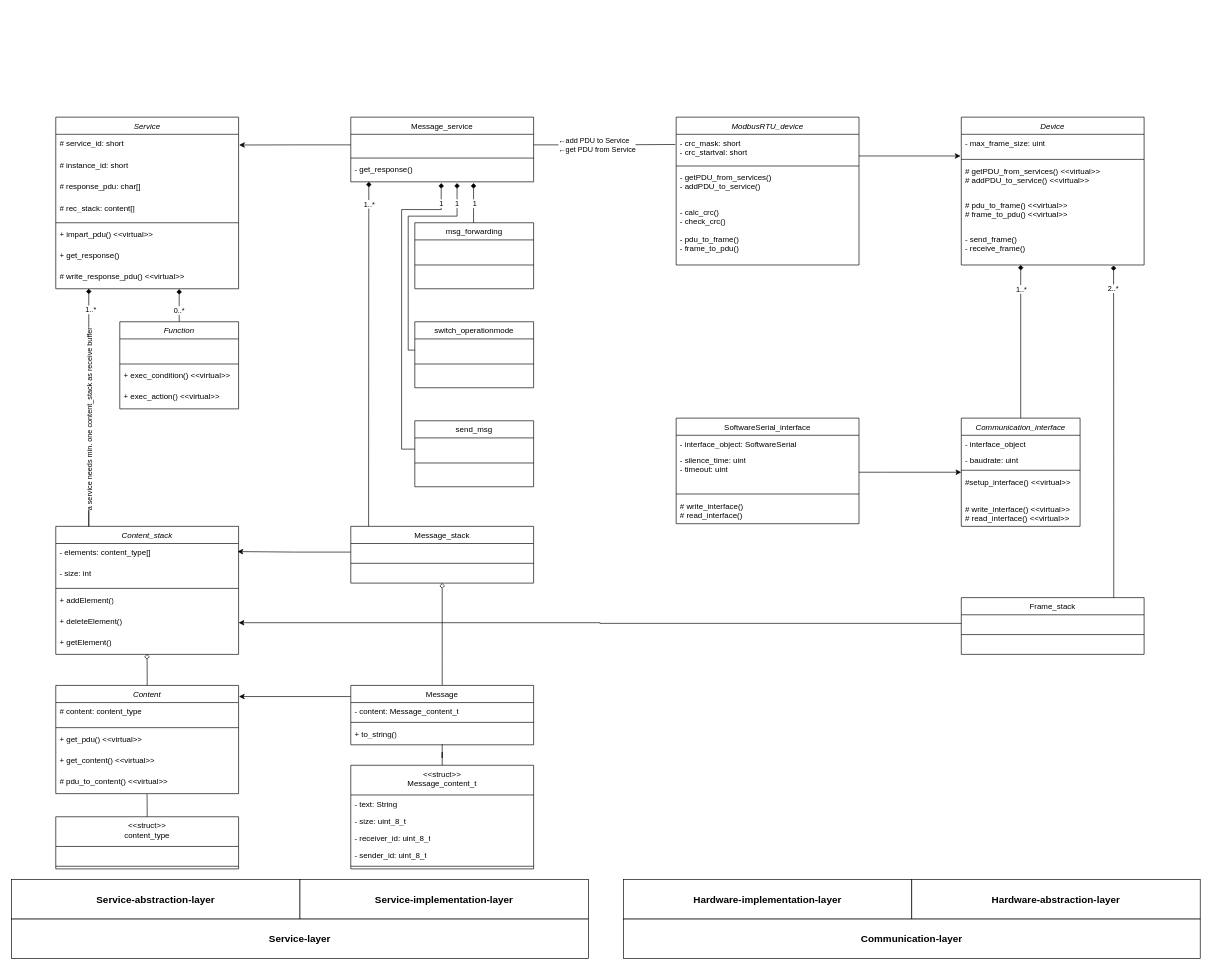
F-L-X-S/BusBricks keeps this draw.io diagram as modbus_classdiagram.drawio. Above is the earlier version. Source tidied: cells renumbered, new cells numbered last; positions are measured from the earlier drawing's top-left corner, leaving out a move shared by most shapes. Both pictures are drawn from the tidied source at 66%, with x=0, y=0 at pixel (11, 117).
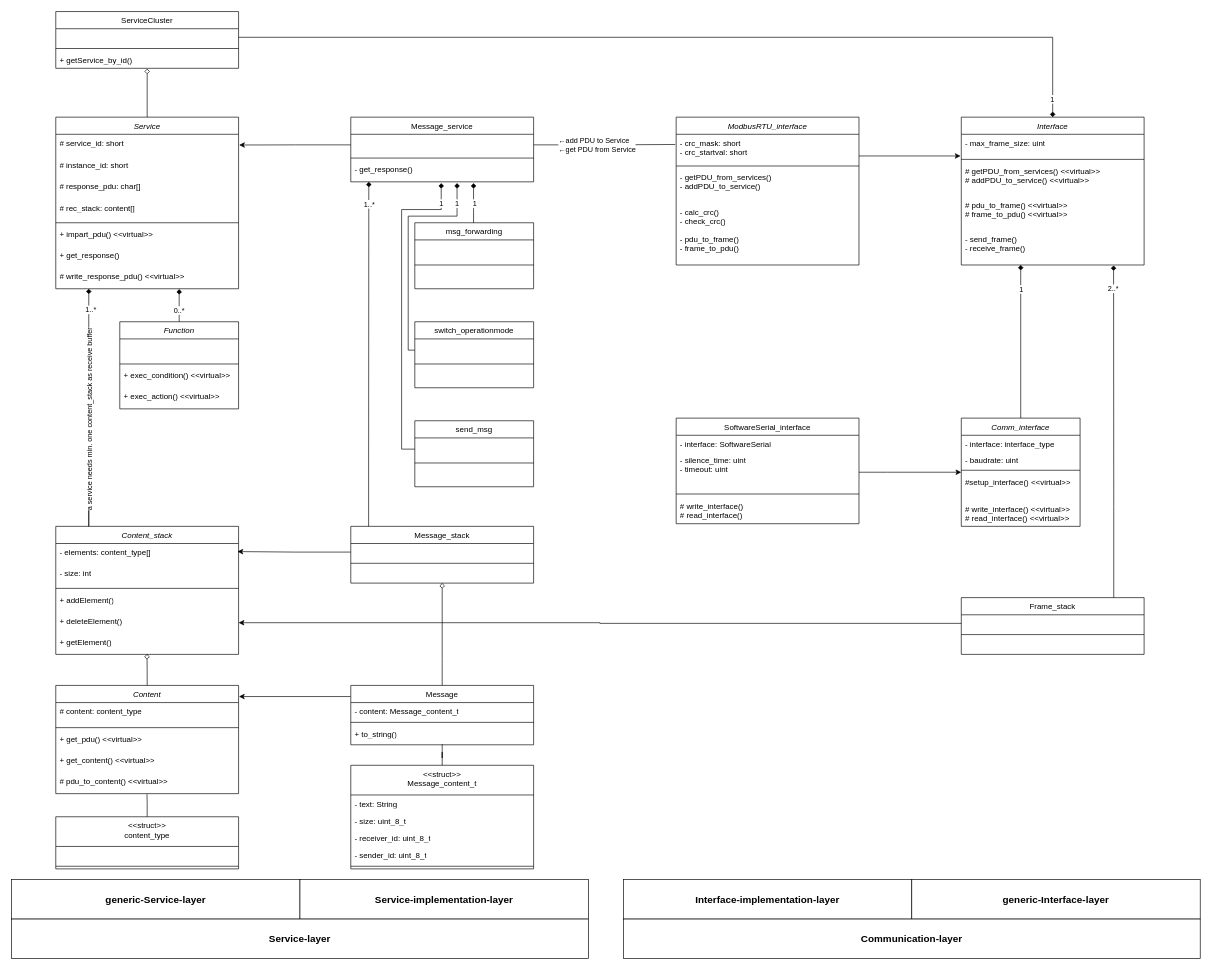
Above is the later version.

Commit message (it also covers changes not shown here):
service cluster

Unchanged cells that the change refers to:
```xml
<mxCell id="8" value="&lt;span style=&quot;font-weight: 400;&quot;&gt;SoftwareSerial_interface&lt;/span&gt;" style="swimlane;fontStyle=1;align=center;verticalAlign=top;horizontal=1;startSize=26;whiteSpace=wrap;html=1;" parent="1" vertex="1">
  <mxGeometry x="1007" y="456" width="277" height="160" as="geometry" />
</mxCell>
<mxCell id="13" value="&lt;i style=&quot;font-weight: normal;&quot;&gt;Service&lt;/i&gt;" style="swimlane;fontStyle=1;align=center;verticalAlign=top;horizontal=1;startSize=26;whiteSpace=wrap;html=1;" parent="1" vertex="1">
  <mxGeometry x="67" width="277" height="260" as="geometry" />
</mxCell>
<mxCell id="113" style="edgeStyle=orthogonalEdgeStyle;rounded=0;jettySize=auto;html=1;entryX=0.325;entryY=0.998;entryDx=0;entryDy=0;entryPerimeter=0;endArrow=diamond;endFill=1;" parent="1" edge="1" source="105" target="7">
  <mxGeometry relative="1" as="geometry" />
</mxCell>
```

Change to the diagram source:
```diff
@@
-    <mxCell id="2" value="&lt;span style=&quot;font-weight: normal;&quot;&gt;&lt;i&gt;Device&lt;/i&gt;&lt;/span&gt;" style="swimlane;fontStyle=1;align=center;verticalAlign=top;horizontal=1;startSize=26;whiteSpace=wrap;html=1;" parent="1" vertex="1">
+    <mxCell id="2" value="&lt;span style=&quot;font-weight: normal;&quot;&gt;&lt;i&gt;Interface&lt;/i&gt;&lt;/span&gt;" style="swimlane;fontStyle=1;align=center;verticalAlign=top;horizontal=1;startSize=26;whiteSpace=wrap;html=1;" parent="1" vertex="1">
       <mxGeometry x="1439" width="277" height="224" as="geometry" />
     </mxCell>
@@
-    <mxCell id="9" value="&lt;div&gt;&lt;span style=&quot;background-color: initial;&quot;&gt;- interface_object: SoftwareSerial&lt;/span&gt;&lt;br&gt;&lt;/div&gt;" style="text;strokeColor=none;fillColor=none;align=left;verticalAlign=top;spacingLeft=4;spacingRight=4;overflow=hidden;whiteSpace=wrap;html=1;" parent="8" vertex="1">
+    <mxCell id="9" value="&lt;div&gt;&lt;span style=&quot;background-color: initial;&quot;&gt;- interface: SoftwareSerial&lt;/span&gt;&lt;br&gt;&lt;/div&gt;" style="text;strokeColor=none;fillColor=none;align=left;verticalAlign=top;spacingLeft=4;spacingRight=4;overflow=hidden;whiteSpace=wrap;html=1;" parent="8" vertex="1">
       <mxGeometry y="26" width="277" height="24" as="geometry" />
     </mxCell>
@@
-    <mxCell id="93" value="Service-abstraction-layer" style="rounded=0;whiteSpace=wrap;html=1;fontStyle=1;fontSize=15;" parent="1" vertex="1">
+    <mxCell id="93" value="generic-Service-layer" style="rounded=0;whiteSpace=wrap;html=1;fontStyle=1;fontSize=15;" parent="1" vertex="1">
       <mxGeometry y="1155" width="437" height="60" as="geometry" />
     </mxCell>
@@
-    <mxCell id="96" value="Hardware-implementation-layer" style="rounded=0;whiteSpace=wrap;html=1;fontStyle=1;fontSize=15;" parent="1" vertex="1">
+    <mxCell id="96" value="Interface-implementation-layer" style="rounded=0;whiteSpace=wrap;html=1;fontStyle=1;fontSize=15;" parent="1" vertex="1">
       <mxGeometry x="927" y="1155" width="437" height="60" as="geometry" />
     </mxCell>
-    <mxCell id="97" value="Hardware-abstraction-layer" style="rounded=0;whiteSpace=wrap;html=1;fontSize=15;fontStyle=1;" parent="1" vertex="1">
+    <mxCell id="97" value="generic-Interface-layer" style="rounded=0;whiteSpace=wrap;html=1;fontSize=15;fontStyle=1;" parent="1" vertex="1">
       <mxGeometry x="1364" y="1155" width="437" height="60" as="geometry" />
     </mxCell>
@@
-    <mxCell id="99" value="&lt;span style=&quot;font-weight: normal;&quot;&gt;&lt;i&gt;ModbusRTU_device&lt;/i&gt;&lt;/span&gt;" style="swimlane;fontStyle=1;align=center;verticalAlign=top;horizontal=1;startSize=26;whiteSpace=wrap;html=1;" parent="1" vertex="1">
+    <mxCell id="99" value="&lt;span style=&quot;font-weight: normal;&quot;&gt;&lt;i&gt;ModbusRTU_interface&lt;/i&gt;&lt;/span&gt;" style="swimlane;fontStyle=1;align=center;verticalAlign=top;horizontal=1;startSize=26;whiteSpace=wrap;html=1;" parent="1" vertex="1">
       <mxGeometry x="1007" width="277" height="224" as="geometry" />
     </mxCell>
@@
-    <mxCell id="105" value="&lt;span style=&quot;font-weight: 400;&quot;&gt;&lt;i&gt;Communication_interface&lt;/i&gt;&lt;/span&gt;" style="swimlane;fontStyle=1;align=center;verticalAlign=top;horizontal=1;startSize=26;whiteSpace=wrap;html=1;" parent="1" vertex="1">
+    <mxCell id="105" value="&lt;span style=&quot;font-weight: 400;&quot;&gt;&lt;i&gt;Comm_interface&lt;/i&gt;&lt;/span&gt;" style="swimlane;fontStyle=1;align=center;verticalAlign=top;horizontal=1;startSize=26;whiteSpace=wrap;html=1;" parent="1" vertex="1">
       <mxGeometry x="1439" y="456" width="180" height="164" as="geometry" />
     </mxCell>
-    <mxCell id="106" value="&lt;div&gt;&lt;span style=&quot;background-color: initial;&quot;&gt;- interface_object&amp;nbsp;&lt;/span&gt;&lt;br&gt;&lt;/div&gt;" style="text;strokeColor=none;fillColor=none;align=left;verticalAlign=top;spacingLeft=4;spacingRight=4;overflow=hidden;whiteSpace=wrap;html=1;" parent="105" vertex="1">
+    <mxCell id="106" value="&lt;div&gt;&lt;span style=&quot;background-color: initial;&quot;&gt;- interface: interface_type&lt;/span&gt;&lt;br&gt;&lt;/div&gt;" style="text;strokeColor=none;fillColor=none;align=left;verticalAlign=top;spacingLeft=4;spacingRight=4;overflow=hidden;whiteSpace=wrap;html=1;" parent="105" vertex="1">
       <mxGeometry y="26" width="180" height="24" as="geometry" />
     </mxCell>
@@
-    <mxCell id="114" value="1..*" style="edgeLabel;html=1;align=center;verticalAlign=middle;" parent="113" vertex="1">
+    <mxCell id="114" value="1" style="edgeLabel;html=1;align=center;verticalAlign=middle;" parent="113" vertex="1">
       <mxGeometry x="0.36" y="-2" relative="1" as="geometry">
         <mxPoint x="-2" y="-38" as="offset" />
       </mxGeometry>
     </mxCell>
@@
+    <mxCell id="124" value="&lt;span style=&quot;font-weight: 400;&quot;&gt;ServiceCluster&lt;/span&gt;" style="swimlane;fontStyle=1;align=center;verticalAlign=top;horizontal=1;startSize=26;whiteSpace=wrap;html=1;" parent="1" vertex="1">
+      <mxGeometry x="67" y="-160" width="277" height="86" as="geometry" />
+    </mxCell>
+    <mxCell id="125" value="&amp;nbsp;" style="text;strokeColor=none;fillColor=none;align=left;verticalAlign=top;spacingLeft=4;spacingRight=4;overflow=hidden;points=[[0,0.5],[1,0.5]];portConstraint=eastwest;whiteSpace=wrap;html=1;" parent="124" vertex="1">
+      <mxGeometry y="26" width="277" height="26" as="geometry" />
+    </mxCell>
+    <mxCell id="126" style="line;strokeWidth=1;fillColor=none;align=left;verticalAlign=middle;spacingTop=-1;spacingLeft=3;spacingRight=3;labelPosition=right;strokeColor=inherit;" parent="124" vertex="1">
+      <mxGeometry y="52" width="277" height="8" as="geometry" />
+    </mxCell>
+    <mxCell id="127" value="+ getService_by_id()" style="text;strokeColor=none;fillColor=none;align=left;verticalAlign=top;spacingLeft=4;spacingRight=4;overflow=hidden;points=[[0,0.5],[1,0.5]];portConstraint=eastwest;whiteSpace=wrap;html=1;" parent="124" vertex="1">
+      <mxGeometry y="60" width="277" height="26" as="geometry" />
+    </mxCell>
+    <mxCell id="128" style="edgeStyle=orthogonalEdgeStyle;rounded=0;jettySize=auto;html=1;entryX=0.5;entryY=1.022;entryDx=0;entryDy=0;entryPerimeter=0;endArrow=diamond;endFill=0;" parent="1" edge="1" source="13" target="127">
+      <mxGeometry relative="1" as="geometry" />
+    </mxCell>
+    <mxCell id="129" style="edgeStyle=orthogonalEdgeStyle;rounded=0;jettySize=auto;html=1;entryX=0.5;entryY=0;entryDx=0;entryDy=0;endArrow=diamond;endFill=1;" parent="1" edge="1" source="125" target="2">
+      <mxGeometry relative="1" as="geometry" />
+    </mxCell>
+    <mxCell id="130" value="1" style="edgeLabel;html=1;align=center;verticalAlign=middle;" parent="129" vertex="1">
+      <mxGeometry x="0.96" y="-1" relative="1" as="geometry" />
+    </mxCell>
```
